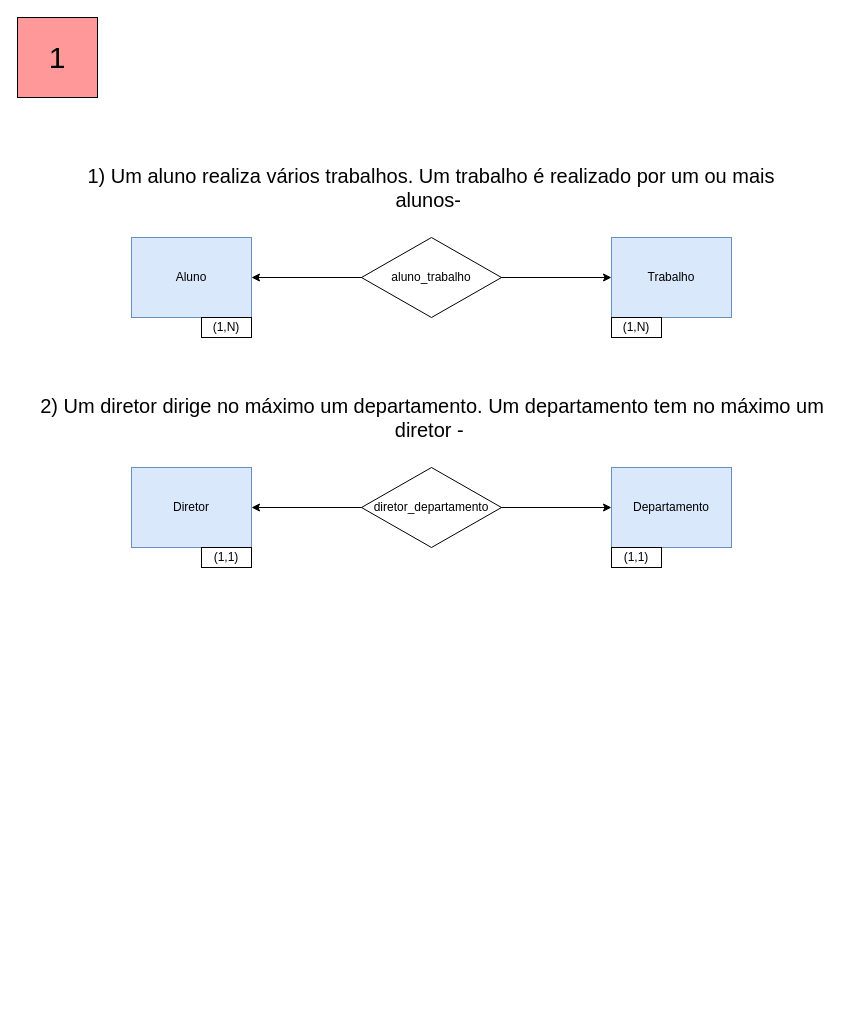
Above: BancoDeDados01.drawio in Mendeiros/ExerciciosSegSemestre (draw.io), before the change. Source tidied: cells renumbered, new cells numbered last; positions are measured from the earlier drawing's top-left corner, leaving out a move shared by most shapes. Both pictures are drawn from the tidied source at 100%, with x=0, y=0 at pixel (17, 17).
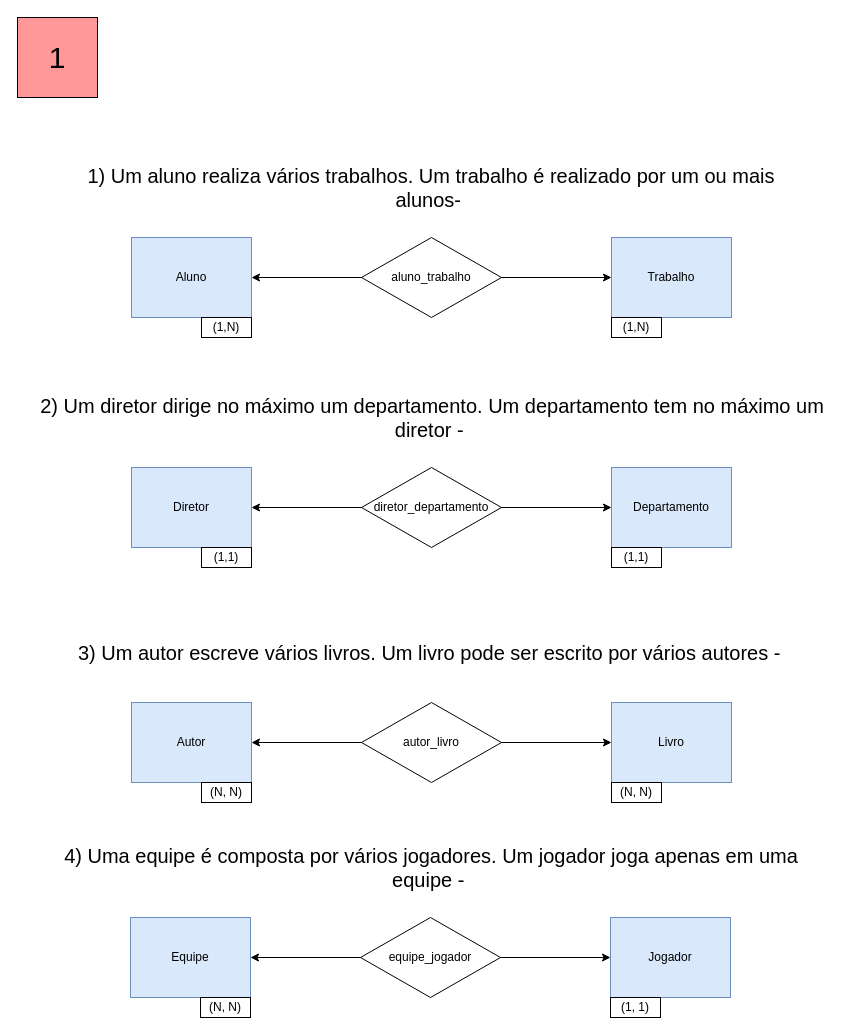
The same diagram, later.

The edit, as a diff of the source:
```diff
@@
+    <mxCell id="17" value="&lt;font style=&quot;font-size: 20px;&quot;&gt;3)&amp;nbsp;&lt;span style=&quot;line-height: 107%;&quot;&gt;&lt;span style=&quot;&quot;&gt;Um autor escreve vários livros. Um livro pode ser escrito por vários autores&lt;/span&gt;&lt;font style=&quot;font-size: 20px;&quot; face=&quot;Calibri, sans-serif&quot;&gt;&lt;span style=&quot;&quot;&gt;&amp;nbsp;&lt;/span&gt;&lt;/font&gt;&lt;/span&gt;&lt;span style=&quot;&quot;&gt;-&amp;nbsp;&lt;/span&gt;&lt;/font&gt;" style="text;html=1;strokeColor=none;fillColor=none;align=center;verticalAlign=middle;whiteSpace=wrap;rounded=0;" parent="1" vertex="1">
+      <mxGeometry x="10" y="585" width="810" height="100" as="geometry" />
+    </mxCell>
+    <mxCell id="18" value="Autor" style="rounded=0;whiteSpace=wrap;html=1;fillColor=#dae8fc;strokeColor=#6c8ebf;" parent="1" vertex="1">
+      <mxGeometry x="114" y="685" width="120" height="80" as="geometry" />
+    </mxCell>
+    <mxCell id="19" value="Livro" style="rounded=0;whiteSpace=wrap;html=1;fillColor=#dae8fc;strokeColor=#6c8ebf;" parent="1" vertex="1">
+      <mxGeometry x="594" y="685" width="120" height="80" as="geometry" />
+    </mxCell>
+    <mxCell id="20" style="endArrow=classic;startArrow=classic;html=1;rounded=0;exitX=1;exitY=0.5;exitDx=0;exitDy=0;entryX=0;entryY=0.5;entryDx=0;entryDy=0;" parent="1" edge="1" source="18" target="19">
+      <mxGeometry relative="1" as="geometry" />
+    </mxCell>
+    <mxCell id="21" value="(N, N)" style="rounded=0;whiteSpace=wrap;html=1;" parent="1" vertex="1">
+      <mxGeometry x="184" y="765" width="50" height="20" as="geometry" />
+    </mxCell>
+    <mxCell id="22" value="(N, N)" style="rounded=0;whiteSpace=wrap;html=1;" parent="1" vertex="1">
+      <mxGeometry x="594" y="765" width="50" height="20" as="geometry" />
+    </mxCell>
+    <mxCell id="23" value="autor_livro" style="rhombus;whiteSpace=wrap;html=1;" parent="1" vertex="1">
+      <mxGeometry x="344" y="685" width="140" height="80" as="geometry" />
+    </mxCell>
+    <mxCell id="24" value="&lt;font style=&quot;font-size: 20px;&quot;&gt;4)&amp;nbsp;&lt;span style=&quot;line-height: 107%;&quot;&gt;&lt;font style=&quot;font-size: 20px;&quot;&gt;&lt;span style=&quot;&quot;&gt;Uma equipe é composta por vários jogadores. Um jogador joga apenas em uma equipe&lt;/span&gt;&lt;font style=&quot;font-size: 20px;&quot; face=&quot;Calibri, sans-serif&quot;&gt;&lt;span style=&quot;&quot;&gt;&amp;nbsp;&lt;/span&gt;&lt;/font&gt;&lt;/font&gt;&lt;/span&gt;&lt;span style=&quot;&quot;&gt;-&amp;nbsp;&lt;/span&gt;&lt;/font&gt;" style="text;html=1;strokeColor=none;fillColor=none;align=center;verticalAlign=middle;whiteSpace=wrap;rounded=0;" parent="1" vertex="1">
+      <mxGeometry x="9" y="800" width="810" height="100" as="geometry" />
+    </mxCell>
+    <mxCell id="25" value="Equipe" style="rounded=0;whiteSpace=wrap;html=1;fillColor=#dae8fc;strokeColor=#6c8ebf;" parent="1" vertex="1">
+      <mxGeometry x="113" y="900" width="120" height="80" as="geometry" />
+    </mxCell>
+    <mxCell id="26" value="Jogador" style="rounded=0;whiteSpace=wrap;html=1;fillColor=#dae8fc;strokeColor=#6c8ebf;" parent="1" vertex="1">
+      <mxGeometry x="593" y="900" width="120" height="80" as="geometry" />
+    </mxCell>
+    <mxCell id="27" style="endArrow=classic;startArrow=classic;html=1;rounded=0;exitX=1;exitY=0.5;exitDx=0;exitDy=0;entryX=0;entryY=0.5;entryDx=0;entryDy=0;" parent="1" edge="1" source="25" target="26">
+      <mxGeometry relative="1" as="geometry" />
+    </mxCell>
+    <mxCell id="28" value="(N, N)" style="rounded=0;whiteSpace=wrap;html=1;" parent="1" vertex="1">
+      <mxGeometry x="183" y="980" width="50" height="20" as="geometry" />
+    </mxCell>
+    <mxCell id="29" value="(1, 1)" style="rounded=0;whiteSpace=wrap;html=1;" parent="1" vertex="1">
+      <mxGeometry x="593" y="980" width="50" height="20" as="geometry" />
+    </mxCell>
+    <mxCell id="30" value="equipe_jogador" style="rhombus;whiteSpace=wrap;html=1;" parent="1" vertex="1">
+      <mxGeometry x="343" y="900" width="140" height="80" as="geometry" />
+    </mxCell>
```
